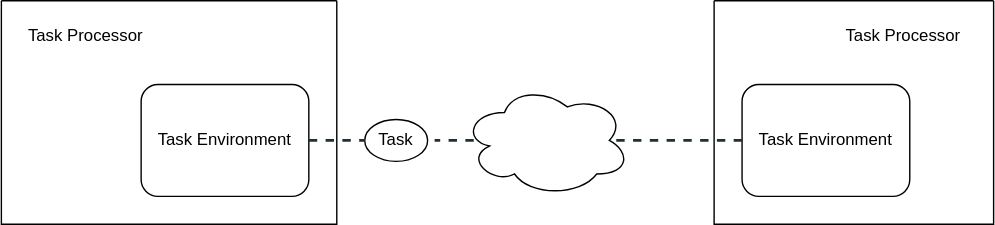
This is Task.drawio.svg from BlackSpider8391/TaskFlow, a draw.io export, as it was before one commit. Source tidied: cells renumbered, new cells last; positions are measured from the earlier drawing's top-left corner, leaving out a move shared by most shapes. Source of this version:
```xml
<mxGraphModel>
  <root>
    <mxCell id="0" />
    <mxCell id="1" parent="0" />
    <mxCell id="2" style="swimlane;startSize=0;" parent="1" vertex="1">
      <mxGeometry width="240" height="160" as="geometry" />
    </mxCell>
    <mxCell id="3" value="Task Environment" style="rounded=1;whiteSpace=wrap;html=1;" parent="2" vertex="1">
      <mxGeometry x="100" y="60" width="120" height="80" as="geometry" />
    </mxCell>
    <mxCell id="4" value="Task Processor" style="text;html=1;align=center;verticalAlign=middle;strokeColor=none;fillColor=none;" parent="2" vertex="1">
      <mxGeometry x="5" y="10" width="110" height="30" as="geometry" />
    </mxCell>
    <mxCell id="5" style="swimlane;startSize=0;" parent="1" vertex="1">
      <mxGeometry x="510" width="200" height="160" as="geometry" />
    </mxCell>
    <mxCell id="6" value="Task Environment" style="rounded=1;whiteSpace=wrap;html=1;" parent="5" vertex="1">
      <mxGeometry x="20" y="60" width="120" height="80" as="geometry" />
    </mxCell>
    <mxCell id="7" value="Task Processor" style="text;html=1;align=center;verticalAlign=middle;strokeColor=none;fillColor=none;" parent="5" vertex="1">
      <mxGeometry x="80" y="10" width="110" height="30" as="geometry" />
    </mxCell>
    <mxCell id="8" value="Task" style="ellipse;whiteSpace=wrap;html=1;" parent="1" vertex="1">
      <mxGeometry x="260" y="85" width="45" height="30" as="geometry" />
    </mxCell>
    <mxCell id="9" style="endArrow=none;dashed=1;html=1;strokeColor=#212f37;strokeWidth=2;fontFamily=Titillium Web;fontSize=18;fontColor=#212f37;elbow=vertical;exitX=1;exitY=0.5;exitDx=0;exitDy=0;entryX=0;entryY=0.5;entryDx=0;entryDy=0;" parent="1" edge="1" source="3" target="8">
      <mxGeometry relative="1" as="geometry" />
    </mxCell>
    <mxCell id="10" style="endArrow=none;dashed=1;html=1;strokeColor=#212f37;strokeWidth=2;fontFamily=Titillium Web;fontSize=18;fontColor=#212f37;elbow=vertical;exitX=0;exitY=0.5;exitDx=0;exitDy=0;" parent="1" edge="1" source="6">
      <mxGeometry relative="1" as="geometry">
        <mxPoint x="310" y="100" as="targetPoint" />
      </mxGeometry>
    </mxCell>
    <mxCell id="11" style="ellipse;shape=cloud;whiteSpace=wrap;html=1;" parent="1" vertex="1">
      <mxGeometry x="330" y="60" width="120" height="80" as="geometry" />
    </mxCell>
  </root>
</mxGraphModel>
```
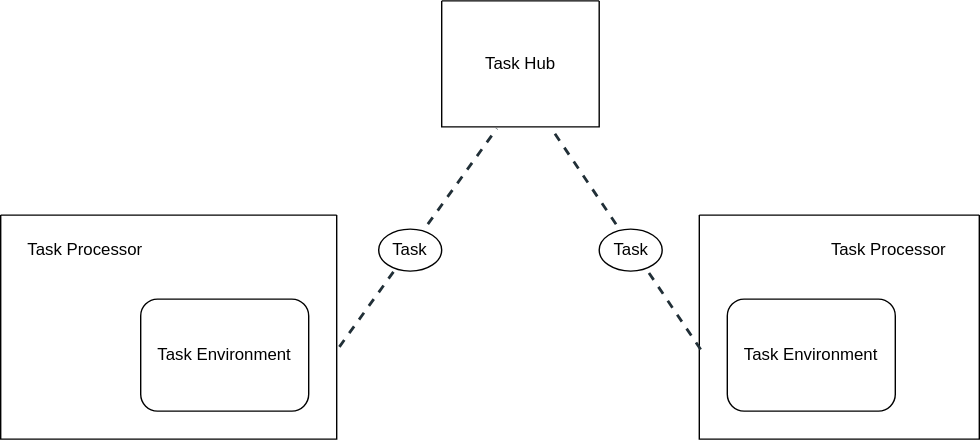
Above is the later version.

The edit, as a diff of the source:
```diff
@@ -3,7 +3,7 @@
     <mxCell id="0" />
     <mxCell id="1" parent="0" />
     <mxCell id="2" style="swimlane;startSize=0;" parent="1" vertex="1">
-      <mxGeometry width="240" height="160" as="geometry" />
+      <mxGeometry y="113" width="240" height="160" as="geometry" />
     </mxCell>
     <mxCell id="3" value="Task Environment" style="rounded=1;whiteSpace=wrap;html=1;" parent="2" vertex="1">
       <mxGeometry x="100" y="60" width="120" height="80" as="geometry" />
@@ -12,7 +12,7 @@
       <mxGeometry x="5" y="10" width="110" height="30" as="geometry" />
     </mxCell>
     <mxCell id="5" style="swimlane;startSize=0;" parent="1" vertex="1">
-      <mxGeometry x="510" width="200" height="160" as="geometry" />
+      <mxGeometry x="499" y="113" width="200" height="160" as="geometry" />
     </mxCell>
     <mxCell id="6" value="Task Environment" style="rounded=1;whiteSpace=wrap;html=1;" parent="5" vertex="1">
       <mxGeometry x="20" y="60" width="120" height="80" as="geometry" />
@@ -20,19 +20,23 @@
     <mxCell id="7" value="Task Processor" style="text;html=1;align=center;verticalAlign=middle;strokeColor=none;fillColor=none;" parent="5" vertex="1">
       <mxGeometry x="80" y="10" width="110" height="30" as="geometry" />
     </mxCell>
+    <mxCell id="9" style="endArrow=none;dashed=1;html=1;strokeColor=#212f37;strokeWidth=2;fontFamily=Titillium Web;fontSize=18;fontColor=#212f37;elbow=vertical;exitX=1.008;exitY=0.588;exitDx=0;exitDy=0;entryX=0.35;entryY=1.013;entryDx=0;entryDy=0;entryPerimeter=0;exitPerimeter=0;" parent="1" edge="1" source="2" target="13">
+      <mxGeometry relative="1" as="geometry" />
+    </mxCell>
     <mxCell id="8" value="Task" style="ellipse;whiteSpace=wrap;html=1;" parent="1" vertex="1">
-      <mxGeometry x="260" y="85" width="45" height="30" as="geometry" />
+      <mxGeometry x="270" y="123" width="45" height="30" as="geometry" />
     </mxCell>
-    <mxCell id="9" style="endArrow=none;dashed=1;html=1;strokeColor=#212f37;strokeWidth=2;fontFamily=Titillium Web;fontSize=18;fontColor=#212f37;elbow=vertical;exitX=1;exitY=0.5;exitDx=0;exitDy=0;entryX=0;entryY=0.5;entryDx=0;entryDy=0;" parent="1" edge="1" source="3" target="8">
-      <mxGeometry relative="1" as="geometry" />
-    </mxCell>
-    <mxCell id="10" style="endArrow=none;dashed=1;html=1;strokeColor=#212f37;strokeWidth=2;fontFamily=Titillium Web;fontSize=18;fontColor=#212f37;elbow=vertical;exitX=0;exitY=0.5;exitDx=0;exitDy=0;" parent="1" edge="1" source="6">
-      <mxGeometry relative="1" as="geometry">
-        <mxPoint x="310" y="100" as="targetPoint" />
-      </mxGeometry>
-    </mxCell>
-    <mxCell id="11" style="ellipse;shape=cloud;whiteSpace=wrap;html=1;" parent="1" vertex="1">
-      <mxGeometry x="330" y="60" width="120" height="80" as="geometry" />
-    </mxCell>
+    <mxCell id="12" style="endArrow=none;dashed=1;html=1;strokeColor=#212f37;strokeWidth=2;fontFamily=Titillium Web;fontSize=18;fontColor=#212f37;elbow=vertical;exitX=0.005;exitY=0.6;exitDx=0;exitDy=0;entryX=0.7;entryY=1.019;entryDx=0;entryDy=0;entryPerimeter=0;exitPerimeter=0;" parent="1" edge="1" source="5" target="13">
+      <mxGeometry relative="1" as="geometry" />
+    </mxCell>
+    <mxCell id="13" style="swimlane;startSize=0;" parent="1" vertex="1">
+      <mxGeometry x="315" y="-40" width="112.5" height="90" as="geometry" />
+    </mxCell>
+    <mxCell id="14" value="Task Hub" style="text;html=1;align=center;verticalAlign=middle;strokeColor=none;fillColor=none;" parent="13" vertex="1">
+      <mxGeometry x="16.2" y="30" width="80" height="30" as="geometry" />
+    </mxCell>
+    <mxCell id="15" value="Task" style="ellipse;whiteSpace=wrap;html=1;" parent="1" vertex="1">
+      <mxGeometry x="427.5" y="123" width="45" height="30" as="geometry" />
+    </mxCell>
   </root>
 </mxGraphModel>
```
